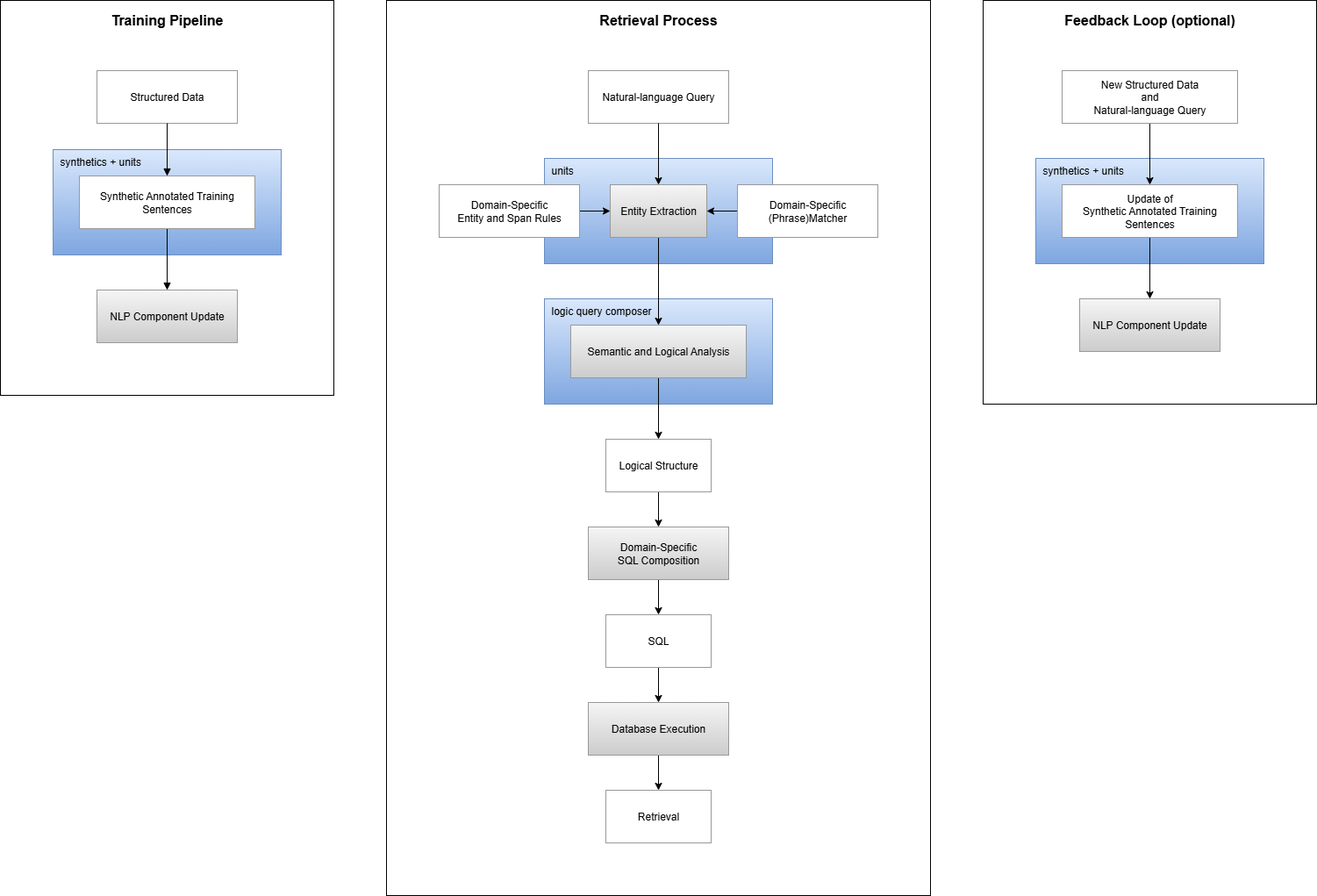
Before: assets/retrieval-process.png, a diagram exported from draw.io (seanox/seanox-ai-nlp). Source tidied: cells renumbered, new cells last; positions are measured from the earlier drawing's top-left corner, leaving out a move shared by most shapes.
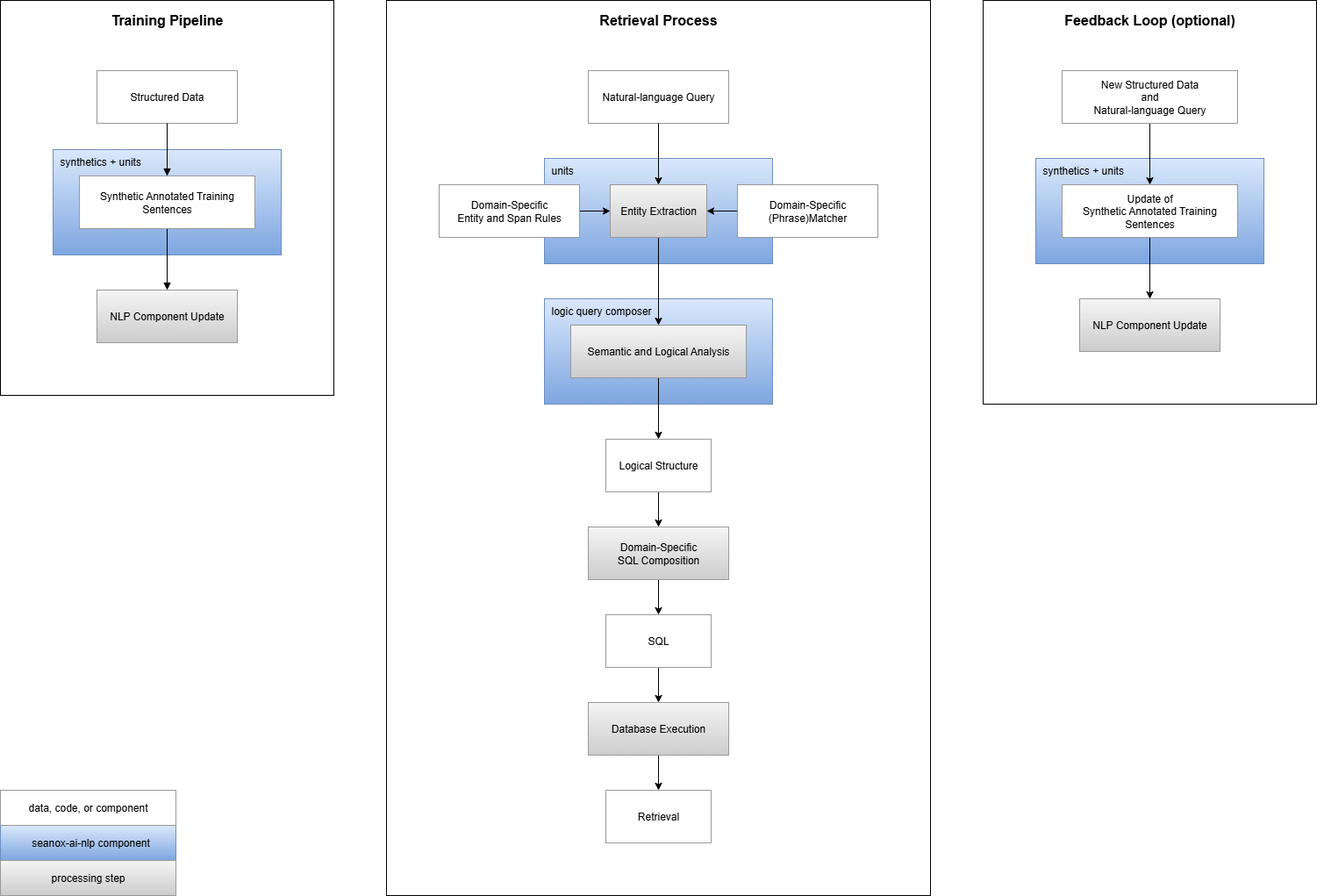
After the change.

Diff of the diagram source:
```diff
@@ -110,5 +110,14 @@
     <mxCell id="37" value="Domain-Specific &#10;(Phrase)Matcher" style="whiteSpace=wrap;strokeWidth=1;strokeColor=#999999;" parent="1" vertex="1">
       <mxGeometry x="840" y="210" width="160" height="60" as="geometry" />
     </mxCell>
+    <mxCell id="38" value="seanox-ai-nlp component" style="whiteSpace=wrap;strokeWidth=1;fillColor=#dae8fc;gradientColor=#7ea6e0;strokeColor=#6c8ebf;verticalAlign=middle;align=center;spacingLeft=6;" parent="1" vertex="1">
+      <mxGeometry y="940" width="200" height="40" as="geometry" />
+    </mxCell>
+    <mxCell id="39" value="processing step" style="whiteSpace=wrap;strokeWidth=1;fillColor=#f5f5f5;gradientColor=#CCCCCC;strokeColor=#999999;" parent="1" vertex="1">
+      <mxGeometry y="980" width="200" height="40" as="geometry" />
+    </mxCell>
+    <mxCell id="40" value="data, code, or component" style="whiteSpace=wrap;strokeWidth=1;strokeColor=#999999;" parent="1" vertex="1">
+      <mxGeometry y="900" width="200" height="40" as="geometry" />
+    </mxCell>
   </root>
 </mxGraphModel>
```
